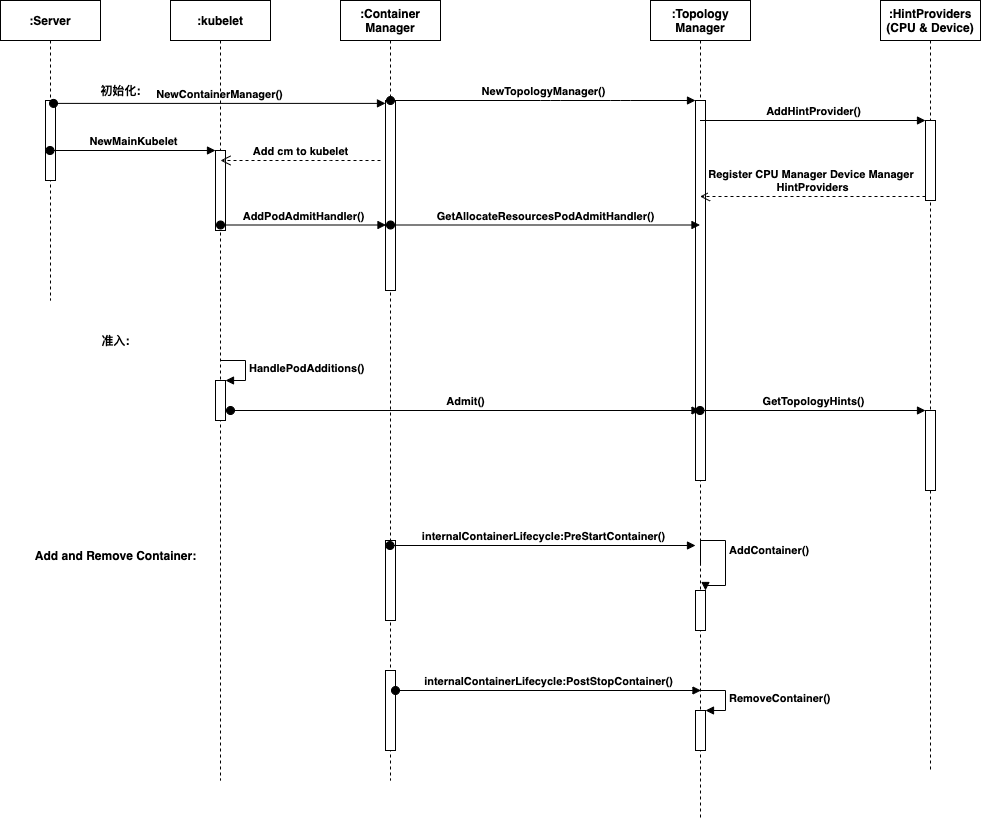
Above: src/kubelet/cm/image/6-kubelet-topology-manager-life.drawio.png in ruster-cn/kubernetes-Kocho-unraveling-cow (draw.io), before the change. Source tidied: cells renumbered, new cells last; positions are measured from the earlier drawing's top-left corner, leaving out a move shared by most shapes. Source of this version:
```xml
<mxGraphModel>
  <root>
    <mxCell id="0" />
    <mxCell id="1" parent="0" />
    <mxCell id="2" value=":Server" style="shape=umlLifeline;perimeter=lifelinePerimeter;whiteSpace=wrap;html=1;outlineConnect=0;fontStyle=1;" parent="1" vertex="1">
      <mxGeometry width="100" height="300" as="geometry" />
    </mxCell>
    <mxCell id="3" style="html=1;perimeter=orthogonalPerimeter;fontStyle=1;" parent="2" vertex="1">
      <mxGeometry x="45" y="100" width="10" height="80" as="geometry" />
    </mxCell>
    <mxCell id="4" value=":Container Manager" style="shape=umlLifeline;perimeter=lifelinePerimeter;whiteSpace=wrap;html=1;outlineConnect=0;fontStyle=1;" parent="1" vertex="1">
      <mxGeometry x="340" width="100" height="780" as="geometry" />
    </mxCell>
    <mxCell id="5" style="html=1;points=[];perimeter=orthogonalPerimeter;fontStyle=1;" parent="4" vertex="1">
      <mxGeometry x="45" y="100" width="10" height="190" as="geometry" />
    </mxCell>
    <mxCell id="6" style="html=1;perimeter=orthogonalPerimeter;fontStyle=1;" parent="4" vertex="1">
      <mxGeometry x="45" y="540" width="10" height="80" as="geometry" />
    </mxCell>
    <mxCell id="7" value=":Topology Manager" style="shape=umlLifeline;perimeter=lifelinePerimeter;whiteSpace=wrap;html=1;outlineConnect=0;fontStyle=1;" parent="1" vertex="1">
      <mxGeometry x="650" width="100" height="820" as="geometry" />
    </mxCell>
    <mxCell id="8" style="html=1;points=[];perimeter=orthogonalPerimeter;fontStyle=1;" parent="7" vertex="1">
      <mxGeometry x="45" y="100" width="10" height="380" as="geometry" />
    </mxCell>
    <mxCell id="9" style="html=1;points=[];perimeter=orthogonalPerimeter;fontStyle=1;" parent="7" vertex="1">
      <mxGeometry x="45" y="590" width="10" height="40" as="geometry" />
    </mxCell>
    <mxCell id="10" value="AddContainer()" style="edgeStyle=orthogonalEdgeStyle;html=1;align=left;spacingLeft=2;endArrow=block;rounded=0;entryX=1;entryY=0;fontStyle=1;" parent="7" edge="1" target="9">
      <mxGeometry relative="1" as="geometry">
        <mxPoint x="50" y="565" as="sourcePoint" />
        <Array as="points">
          <mxPoint x="50" y="540" />
          <mxPoint x="75" y="540" />
          <mxPoint x="75" y="585" />
        </Array>
      </mxGeometry>
    </mxCell>
    <mxCell id="11" style="html=1;points=[];perimeter=orthogonalPerimeter;fontStyle=1;" parent="7" vertex="1">
      <mxGeometry x="45" y="710" width="10" height="40" as="geometry" />
    </mxCell>
    <mxCell id="12" value="RemoveContainer()" style="edgeStyle=orthogonalEdgeStyle;html=1;align=left;spacingLeft=2;endArrow=block;rounded=0;entryX=1;entryY=0;fontStyle=1;" parent="7" edge="1" target="11">
      <mxGeometry relative="1" as="geometry">
        <mxPoint x="50" y="690" as="sourcePoint" />
        <Array as="points">
          <mxPoint x="75" y="690" />
        </Array>
      </mxGeometry>
    </mxCell>
    <mxCell id="13" value="NewContainerManager()" style="html=1;verticalAlign=bottom;startArrow=oval;endArrow=block;startSize=8;exitX=0.53;exitY=0.343;exitDx=0;exitDy=0;exitPerimeter=0;fontStyle=1;" parent="1" edge="1" source="2" target="5">
      <mxGeometry relative="1" as="geometry" />
    </mxCell>
    <mxCell id="14" value="NewTopologyManager()" style="html=1;verticalAlign=bottom;startArrow=oval;endArrow=block;startSize=8;fontStyle=1;" parent="1" edge="1" target="8">
      <mxGeometry relative="1" as="geometry">
        <mxPoint x="390" y="100" as="sourcePoint" />
        <Array as="points">
          <mxPoint x="550" y="100" />
          <mxPoint x="620" y="100" />
        </Array>
      </mxGeometry>
    </mxCell>
    <mxCell id="15" value=":kubelet" style="shape=umlLifeline;perimeter=lifelinePerimeter;whiteSpace=wrap;html=1;fontStyle=1;" parent="1" vertex="1">
      <mxGeometry x="170" width="100" height="780" as="geometry" />
    </mxCell>
    <mxCell id="16" style="html=1;points=[];perimeter=orthogonalPerimeter;fontStyle=1;" parent="15" vertex="1">
      <mxGeometry x="45" y="150" width="10" height="80" as="geometry" />
    </mxCell>
    <mxCell id="17" style="html=1;points=[];perimeter=orthogonalPerimeter;fontStyle=1;" parent="15" vertex="1">
      <mxGeometry x="45" y="380" width="10" height="40" as="geometry" />
    </mxCell>
    <mxCell id="18" value="HandlePodAdditions()" style="edgeStyle=orthogonalEdgeStyle;html=1;align=left;spacingLeft=2;endArrow=block;rounded=0;entryX=1;entryY=0;fontStyle=1;" parent="15" edge="1" target="17">
      <mxGeometry relative="1" as="geometry">
        <mxPoint x="50" y="360" as="sourcePoint" />
        <Array as="points">
          <mxPoint x="75" y="360" />
        </Array>
      </mxGeometry>
    </mxCell>
    <mxCell id="19" value="NewMainKubelet" style="html=1;verticalAlign=bottom;startArrow=oval;endArrow=block;startSize=8;fontStyle=1;" parent="1" edge="1" source="2" target="16">
      <mxGeometry relative="1" as="geometry" />
    </mxCell>
    <mxCell id="20" value="AddPodAdmitHandler()" style="html=1;verticalAlign=bottom;startArrow=oval;endArrow=block;startSize=8;fontStyle=1;" parent="1" edge="1">
      <mxGeometry relative="1" as="geometry">
        <mxPoint x="220" y="224.5" as="sourcePoint" />
        <mxPoint x="385.5" y="224.5" as="targetPoint" />
      </mxGeometry>
    </mxCell>
    <mxCell id="21" value="GetAllocateResourcesPodAdmitHandler()" style="html=1;verticalAlign=bottom;startArrow=oval;endArrow=block;startSize=8;fontStyle=1;" parent="1" edge="1" target="7">
      <mxGeometry relative="1" as="geometry">
        <mxPoint x="390" y="224.5" as="sourcePoint" />
      </mxGeometry>
    </mxCell>
    <mxCell id="22" value="初始化:" style="text;html=1;align=center;verticalAlign=middle;fontStyle=1;" parent="1" vertex="1">
      <mxGeometry x="90" y="80" width="60" height="20" as="geometry" />
    </mxCell>
    <mxCell id="23" value="Admit()" style="html=1;verticalAlign=bottom;startArrow=oval;endArrow=block;startSize=8;fontStyle=1;" parent="1" edge="1" target="7">
      <mxGeometry relative="1" as="geometry">
        <mxPoint x="230" y="410" as="sourcePoint" />
      </mxGeometry>
    </mxCell>
    <mxCell id="24" value=":HintProviders&lt;br&gt;(CPU &amp;amp; Device)" style="shape=umlLifeline;perimeter=lifelinePerimeter;whiteSpace=wrap;html=1;outlineConnect=0;fontStyle=1;" parent="1" vertex="1">
      <mxGeometry x="880" width="100" height="770" as="geometry" />
    </mxCell>
    <mxCell id="25" style="html=1;points=[];perimeter=orthogonalPerimeter;fontStyle=1;" parent="24" vertex="1">
      <mxGeometry x="45" y="410" width="10" height="80" as="geometry" />
    </mxCell>
    <mxCell id="26" style="html=1;points=[];perimeter=orthogonalPerimeter;fontStyle=1;" parent="24" vertex="1">
      <mxGeometry x="45" y="120" width="10" height="80" as="geometry" />
    </mxCell>
    <mxCell id="27" value="GetTopologyHints()" style="html=1;verticalAlign=bottom;startArrow=oval;endArrow=block;startSize=8;fontStyle=1;" parent="1" edge="1" source="7" target="25">
      <mxGeometry relative="1" as="geometry" />
    </mxCell>
    <mxCell id="28" value="AddHintProvider()" style="html=1;verticalAlign=bottom;endArrow=block;entryX=0;entryY=0;fontStyle=1;" parent="1" edge="1" source="7" target="26">
      <mxGeometry relative="1" as="geometry" />
    </mxCell>
    <mxCell id="29" value="Register CPU Manager Device Manager&amp;nbsp;&lt;br&gt;HintProviders" style="html=1;verticalAlign=bottom;endArrow=open;dashed=1;endSize=8;exitX=0;exitY=0.95;fontStyle=1;" parent="1" edge="1" source="26" target="7">
      <mxGeometry relative="1" as="geometry" />
    </mxCell>
    <mxCell id="30" value="Add cm to kubelet" style="html=1;verticalAlign=bottom;endArrow=open;dashed=1;endSize=8;fontStyle=1;" parent="1" edge="1">
      <mxGeometry relative="1" as="geometry">
        <mxPoint x="380" y="160" as="sourcePoint" />
        <mxPoint x="220" y="160" as="targetPoint" />
        <Array as="points">
          <mxPoint x="320.5" y="160" />
        </Array>
      </mxGeometry>
    </mxCell>
    <mxCell id="31" value="准入:" style="text;html=1;align=center;verticalAlign=middle;fontStyle=1;" parent="1" vertex="1">
      <mxGeometry x="95" y="330" width="40" height="20" as="geometry" />
    </mxCell>
    <mxCell id="32" value="Add and Remove Container:" style="text;html=1;align=center;verticalAlign=middle;fontStyle=1;" parent="1" vertex="1">
      <mxGeometry x="25" y="545" width="180" height="20" as="geometry" />
    </mxCell>
    <mxCell id="33" value="internalContainerLifecycle:PreStartContainer()" style="html=1;verticalAlign=bottom;startArrow=oval;endArrow=block;startSize=8;fontStyle=1;" parent="1" edge="1" source="4">
      <mxGeometry relative="1" as="geometry">
        <mxPoint x="695" y="545" as="targetPoint" />
      </mxGeometry>
    </mxCell>
    <mxCell id="34" style="html=1;perimeter=orthogonalPerimeter;fontStyle=1;" parent="1" vertex="1">
      <mxGeometry x="385" y="670" width="10" height="80" as="geometry" />
    </mxCell>
    <mxCell id="35" value="internalContainerLifecycle:PostStopContainer()" style="html=1;verticalAlign=bottom;startArrow=oval;endArrow=block;startSize=8;fontStyle=1;" parent="1" edge="1">
      <mxGeometry relative="1" as="geometry">
        <mxPoint x="395" y="690" as="sourcePoint" />
        <mxPoint x="700.5" y="690" as="targetPoint" />
      </mxGeometry>
    </mxCell>
  </root>
</mxGraphModel>
```
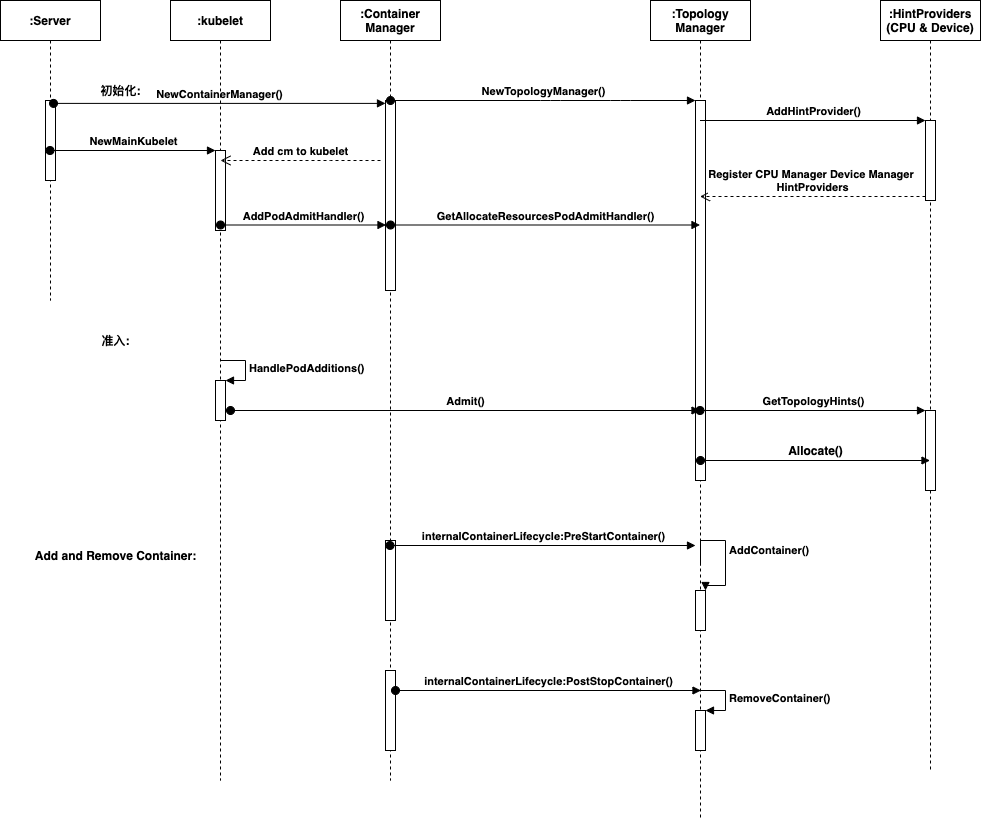
After the commit.

Commit message:
add memory manager

Diff of the diagram source:
```diff
@@ -145,5 +145,10 @@
         <mxPoint x="700.5" y="690" as="targetPoint" />
       </mxGeometry>
     </mxCell>
+    <mxCell id="36" value="&lt;font style=&quot;font-size: 12px&quot;&gt;&lt;b&gt;Allocate()&lt;/b&gt;&lt;/font&gt;" style="html=1;verticalAlign=bottom;startArrow=oval;startFill=1;endArrow=block;startSize=8;" parent="1" edge="1" target="24">
+      <mxGeometry relative="1" as="geometry">
+        <mxPoint x="700" y="460" as="sourcePoint" />
+      </mxGeometry>
+    </mxCell>
   </root>
 </mxGraphModel>
```
